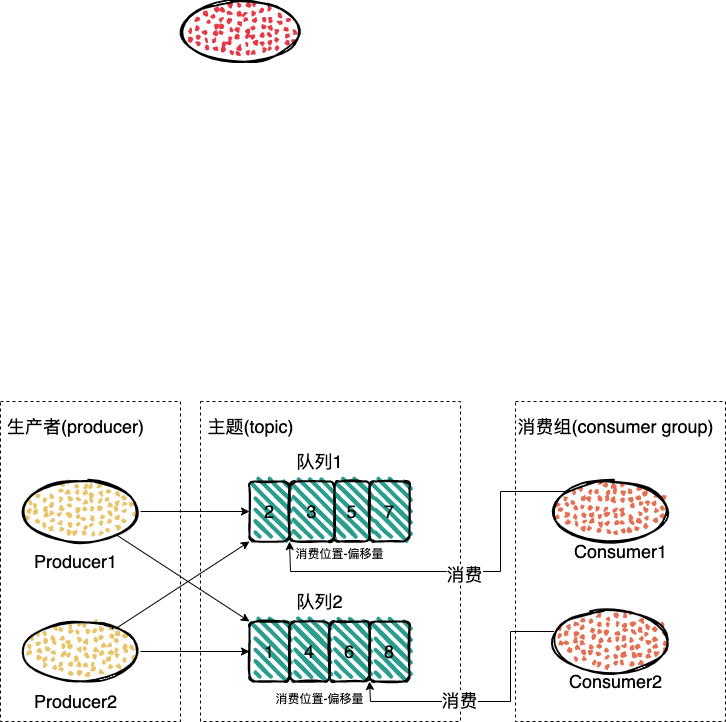
boilingfrog/Go-POINT keeps this draw.io diagram as img/mq-rocketmq-pubsub.png. Above is the earlier version. Source tidied: cells renumbered, new cells last; positions are measured from the earlier drawing's top-left corner, leaving out a move shared by most shapes.
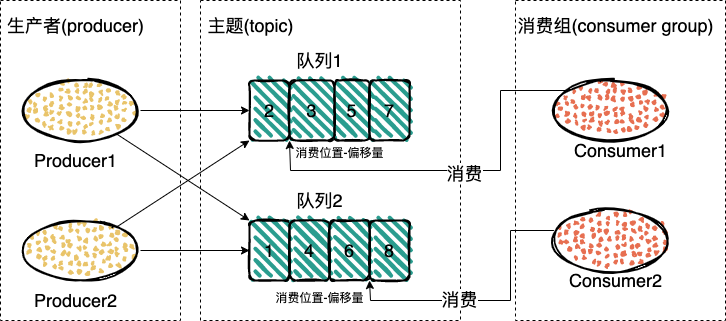
Above is the later version.

What changed in the source:
```diff
@@ -11,9 +11,6 @@
     <mxCell id="4" style="rounded=0;whiteSpace=wrap;html=1;sketch=0;fillWeight=2;hachureGap=8;fillStyle=dots;fontSize=18;strokeWidth=1;dashed=1;shadow=0;glass=0;" parent="1" vertex="1">
       <mxGeometry x="200" y="400" width="260" height="320" as="geometry" />
     </mxCell>
-    <mxCell id="5" style="ellipse;whiteSpace=wrap;html=1;strokeWidth=2;fillWeight=2;hachureGap=8;fillStyle=dots;sketch=1;fillColor=#e63946;" parent="1" vertex="1">
-      <mxGeometry x="180" width="120" height="60" as="geometry" />
-    </mxCell>
     <mxCell id="6" value="&lt;font style=&quot;font-size: 18px&quot;&gt;2&lt;/font&gt;" style="rounded=1;whiteSpace=wrap;html=1;strokeWidth=2;fillWeight=4;hachureGap=8;hachureAngle=45;sketch=1;fillColor=#2A9D8F;" parent="1" vertex="1">
       <mxGeometry x="249" y="480" width="40" height="60" as="geometry" />
     </mxCell>
```
